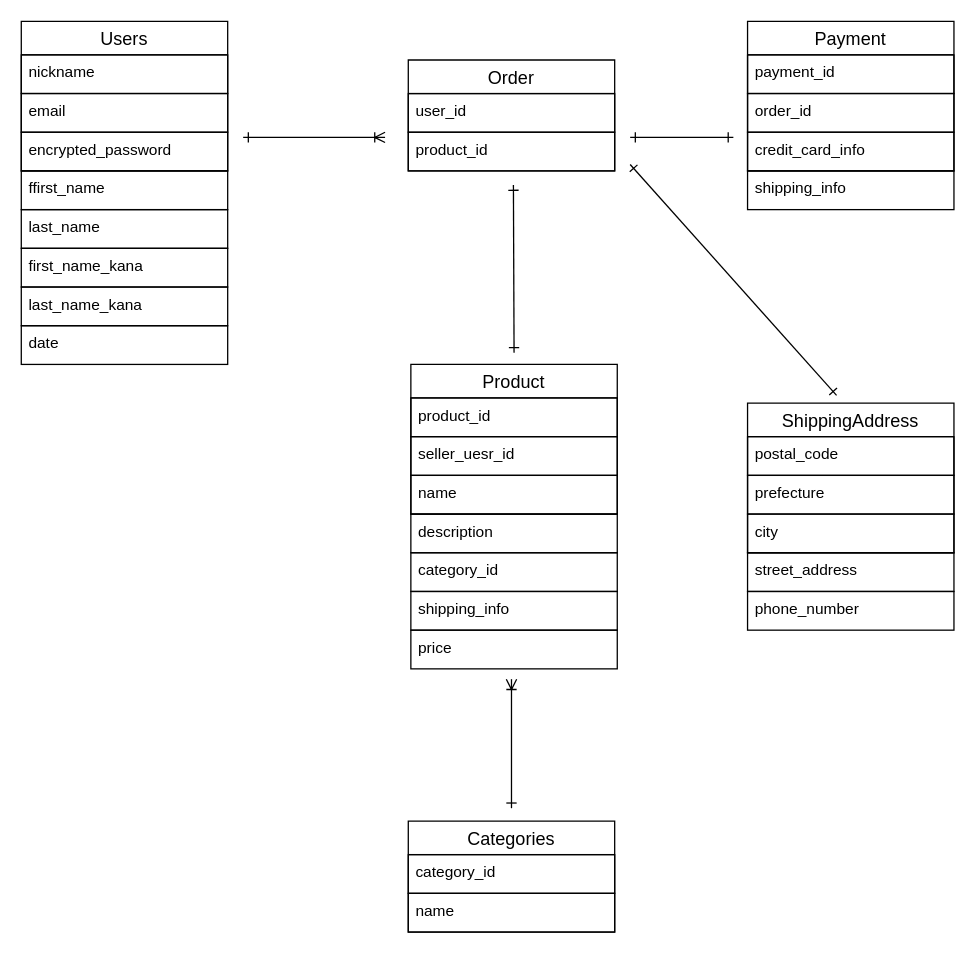
This is test.dio from buhibuhiRich/furima-39891, a draw.io file, before an edit. Source tidied: cells renumbered, new cells numbered last; positions are measured from the earlier drawing's top-left corner, leaving out a move shared by most shapes. Both pictures are drawn from the tidied source at 129%, with x=0, y=0 at pixel (21, 21).
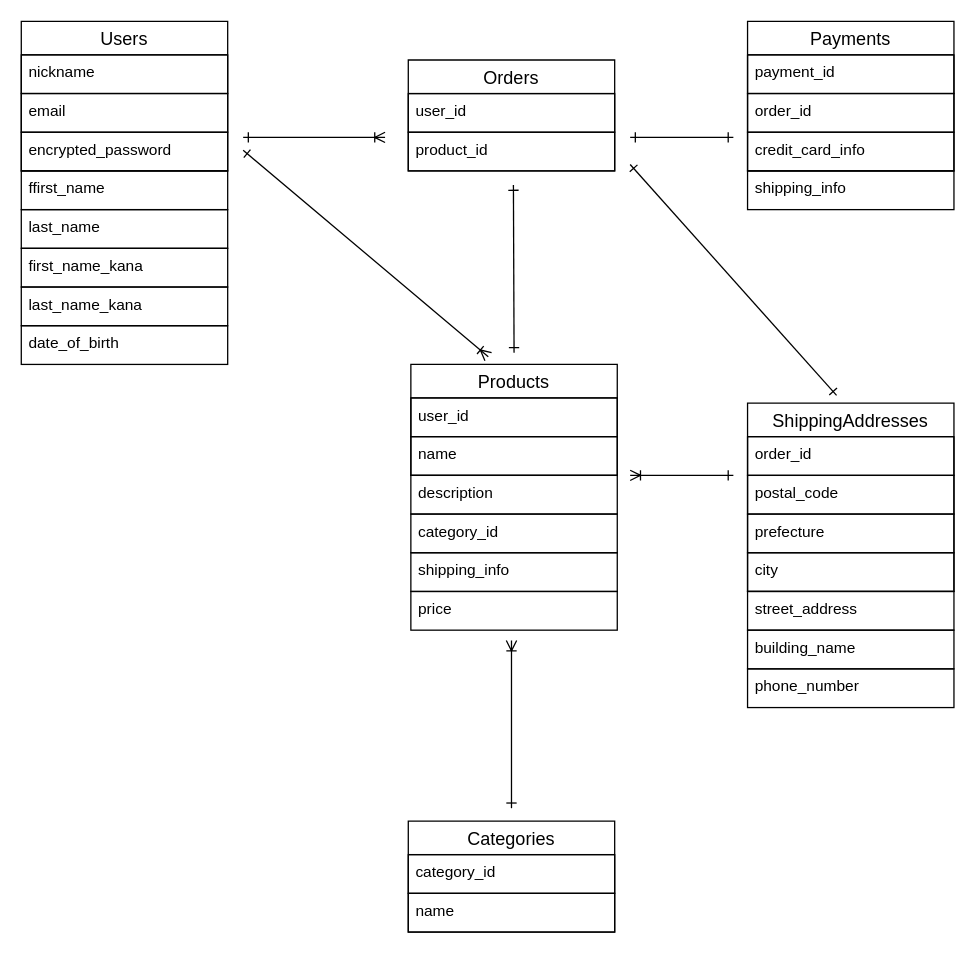
After the change.

Commit message (it also covers changes not shown here):
データベース修正

Diff of the diagram source:
```diff
@@
-    <mxCell id="10" value="date" style="text;strokeColor=default;fillColor=none;spacingLeft=4;spacingRight=4;overflow=hidden;fontSize=12;" parent="1" vertex="1">
+    <mxCell id="10" value="date_of_birth" style="text;strokeColor=default;fillColor=none;spacingLeft=4;spacingRight=4;overflow=hidden;fontSize=12;" parent="1" vertex="1">
       <mxGeometry y="236" width="160" height="30" as="geometry" />
     </mxCell>
-    <mxCell id="11" value="Product" style="swimlane;fontStyle=0;horizontal=1;startSize=26;align=center;fontSize=14;" parent="1" vertex="1">
-      <mxGeometry x="302" y="266" width="160" height="116" as="geometry" />
+    <mxCell id="11" value="Products" style="swimlane;fontStyle=0;horizontal=1;startSize=26;align=center;fontSize=14;" parent="1" vertex="1">
+      <mxGeometry x="302" y="266" width="160" height="86" as="geometry" />
     </mxCell>
-    <mxCell id="12" value="product_id" style="text;strokeColor=default;fillColor=none;spacingLeft=4;spacingRight=4;overflow=hidden;fontSize=12;" parent="11" vertex="1">
+    <mxCell id="12" value="user_id" style="text;strokeColor=default;fillColor=none;spacingLeft=4;spacingRight=4;overflow=hidden;fontSize=12;" parent="11" vertex="1">
       <mxGeometry y="26" width="160" height="30" as="geometry" />
     </mxCell>
-    <mxCell id="13" value="seller_uesr_id" style="text;strokeColor=default;fillColor=none;spacingLeft=4;spacingRight=4;overflow=hidden;fontSize=12;" parent="11" vertex="1">
-      <mxGeometry y="56" width="160" height="30" as="geometry" />
-    </mxCell>
     <mxCell id="14" value="name" style="text;strokeColor=default;fillColor=none;spacingLeft=4;spacingRight=4;overflow=hidden;fontSize=12;" parent="11" vertex="1">
-      <mxGeometry y="86" width="160" height="30" as="geometry" />
+      <mxGeometry y="56" width="160" height="30" as="geometry" />
     </mxCell>
     <mxCell id="15" value="description" style="text;strokeColor=default;fillColor=none;spacingLeft=4;spacingRight=4;overflow=hidden;fontSize=12;" parent="1" vertex="1">
-      <mxGeometry x="302" y="382" width="160" height="30" as="geometry" />
+      <mxGeometry x="302" y="352" width="160" height="30" as="geometry" />
     </mxCell>
     <mxCell id="16" value="category_id" style="text;strokeColor=default;fillColor=none;spacingLeft=4;spacingRight=4;overflow=hidden;fontSize=12;" parent="1" vertex="1">
-      <mxGeometry x="302" y="412" width="160" height="30" as="geometry" />
+      <mxGeometry x="302" y="382" width="160" height="30" as="geometry" />
     </mxCell>
     <mxCell id="17" value="shipping_info" style="text;strokeColor=default;fillColor=none;spacingLeft=4;spacingRight=4;overflow=hidden;fontSize=12;" parent="1" vertex="1">
-      <mxGeometry x="302" y="442" width="160" height="30" as="geometry" />
+      <mxGeometry x="302" y="412" width="160" height="30" as="geometry" />
     </mxCell>
     <mxCell id="18" value="price" style="text;strokeColor=default;fillColor=none;spacingLeft=4;spacingRight=4;overflow=hidden;fontSize=12;" parent="1" vertex="1">
-      <mxGeometry x="302" y="472" width="160" height="30" as="geometry" />
+      <mxGeometry x="302" y="442" width="160" height="30" as="geometry" />
     </mxCell>
@@
-    <mxCell id="22" value="Order" style="swimlane;fontStyle=0;horizontal=1;startSize=26;align=center;fontSize=14;" parent="1" vertex="1">
+    <mxCell id="22" value="Orders" style="swimlane;fontStyle=0;horizontal=1;startSize=26;align=center;fontSize=14;" parent="1" vertex="1">
       <mxGeometry x="300" y="30" width="160" height="86" as="geometry" />
     </mxCell>
@@
-    <mxCell id="25" value="ShippingAddress" style="swimlane;fontStyle=0;horizontal=1;startSize=26;align=center;fontSize=14;" parent="1" vertex="1">
-      <mxGeometry x="563" y="296" width="160" height="116" as="geometry" />
+    <mxCell id="25" value="ShippingAddresses" style="swimlane;fontStyle=0;horizontal=1;startSize=26;align=center;fontSize=14;" parent="1" vertex="1">
+      <mxGeometry x="563" y="296" width="160" height="146" as="geometry" />
     </mxCell>
+    <mxCell id="41" value="order_id" style="text;strokeColor=default;fillColor=none;spacingLeft=4;spacingRight=4;overflow=hidden;fontSize=12;" parent="25" vertex="1">
+      <mxGeometry y="26" width="160" height="30" as="geometry" />
+    </mxCell>
     <mxCell id="26" value="postal_code" style="text;strokeColor=default;fillColor=none;spacingLeft=4;spacingRight=4;overflow=hidden;fontSize=12;" parent="25" vertex="1">
-      <mxGeometry y="26" width="160" height="30" as="geometry" />
+      <mxGeometry y="56" width="160" height="30" as="geometry" />
     </mxCell>
     <mxCell id="27" value="prefecture" style="text;strokeColor=default;fillColor=none;spacingLeft=4;spacingRight=4;overflow=hidden;fontSize=12;" parent="25" vertex="1">
-      <mxGeometry y="56" width="160" height="30" as="geometry" />
+      <mxGeometry y="86" width="160" height="30" as="geometry" />
     </mxCell>
     <mxCell id="28" value="city" style="text;strokeColor=default;fillColor=none;spacingLeft=4;spacingRight=4;overflow=hidden;fontSize=12;" parent="25" vertex="1">
-      <mxGeometry y="86" width="160" height="30" as="geometry" />
+      <mxGeometry y="116" width="160" height="30" as="geometry" />
     </mxCell>
     <mxCell id="29" value="street_address" style="text;strokeColor=default;fillColor=none;spacingLeft=4;spacingRight=4;overflow=hidden;fontSize=12;" parent="1" vertex="1">
-      <mxGeometry x="563" y="412" width="160" height="30" as="geometry" />
+      <mxGeometry x="563" y="442" width="160" height="30" as="geometry" />
     </mxCell>
-    <mxCell id="30" value="phone_number" style="text;strokeColor=default;fillColor=none;spacingLeft=4;spacingRight=4;overflow=hidden;fontSize=12;" parent="1" vertex="1">
-      <mxGeometry x="563" y="442" width="160" height="30" as="geometry" />
+    <mxCell id="30" value="building_name" style="text;strokeColor=default;fillColor=none;spacingLeft=4;spacingRight=4;overflow=hidden;fontSize=12;" parent="1" vertex="1">
+      <mxGeometry x="563" y="472" width="160" height="30" as="geometry" />
     </mxCell>
-    <mxCell id="31" value="Payment" style="swimlane;fontStyle=0;horizontal=1;startSize=26;align=center;fontSize=14;" parent="1" vertex="1">
+    <mxCell id="31" value="Payments" style="swimlane;fontStyle=0;horizontal=1;startSize=26;align=center;fontSize=14;" parent="1" vertex="1">
       <mxGeometry x="563" width="160" height="116" as="geometry" />
     </mxCell>
@@
     <mxCell id="39" style="endArrow=ERone;html=1;rounded=0;startArrow=ERoneToMany;startFill=0;endFill=0;" parent="1" edge="1">
       <mxGeometry relative="1" as="geometry">
-        <mxPoint x="380" y="510" as="sourcePoint" />
+        <mxPoint x="380" y="480" as="sourcePoint" />
         <mxPoint x="380" y="610" as="targetPoint" />
       </mxGeometry>
     </mxCell>
@@
+    <mxCell id="42" value="phone_number" style="text;strokeColor=default;fillColor=none;spacingLeft=4;spacingRight=4;overflow=hidden;fontSize=12;" parent="1" vertex="1">
+      <mxGeometry x="563" y="502" width="160" height="30" as="geometry" />
+    </mxCell>
+    <mxCell id="43" style="endArrow=ERoneToMany;html=1;rounded=0;startArrow=ERone;startFill=0;endFill=0;" parent="1" edge="1">
+      <mxGeometry relative="1" as="geometry">
+        <mxPoint x="172" y="100" as="sourcePoint" />
+        <mxPoint x="362" y="260" as="targetPoint" />
+      </mxGeometry>
+    </mxCell>
+    <mxCell id="44" style="endArrow=ERone;html=1;rounded=0;startArrow=ERoneToMany;startFill=0;endFill=0;" parent="1" edge="1">
+      <mxGeometry relative="1" as="geometry">
+        <mxPoint x="472" y="352" as="sourcePoint" />
+        <mxPoint x="552" y="352" as="targetPoint" />
+      </mxGeometry>
+    </mxCell>
```
